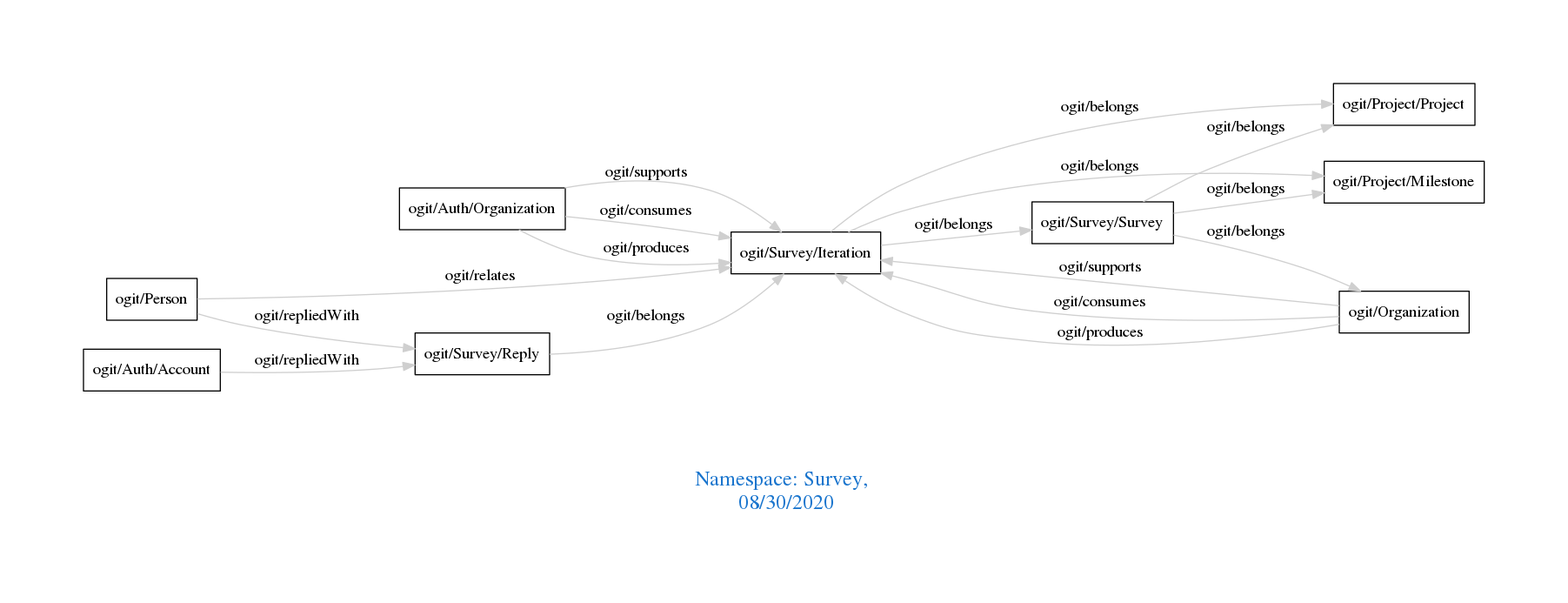
Above: downloads/Survey.png in arago/OGIT (Graphviz), before the change. Its source is kept beside it as downloads/Survey.dot.
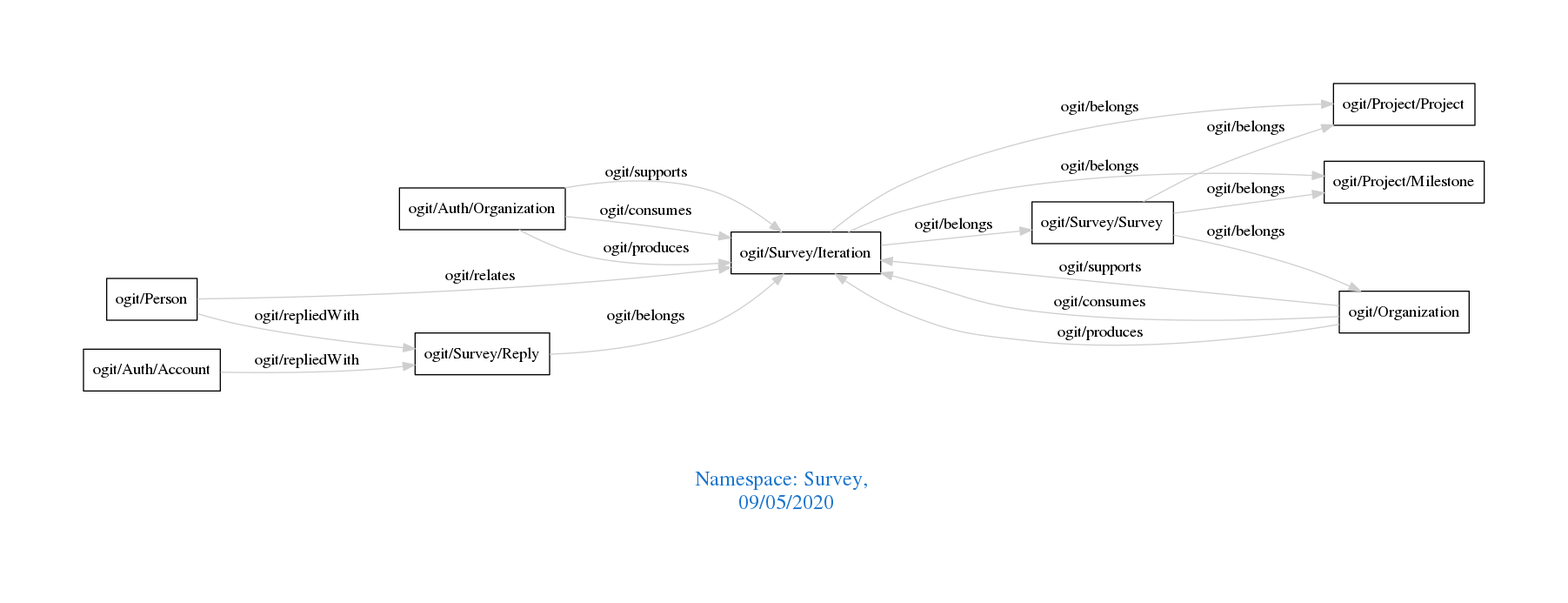
Above is the later version.

Diff of the diagram source:
```diff
@@ -1,7 +1,7 @@
 digraph OGIT_ontology {
  graph [ rankdir= LR,pad=1
 fontsize = 18,
-fontcolor= dodgerblue3,label = "\n\n\nNamespace: Survey, \n 08/30/2020"];
+fontcolor= dodgerblue3,label = "\n\n\nNamespace: Survey, \n 09/05/2020"];
 node[shape=polygon];
 edge [  color="gray81"];
 
```
